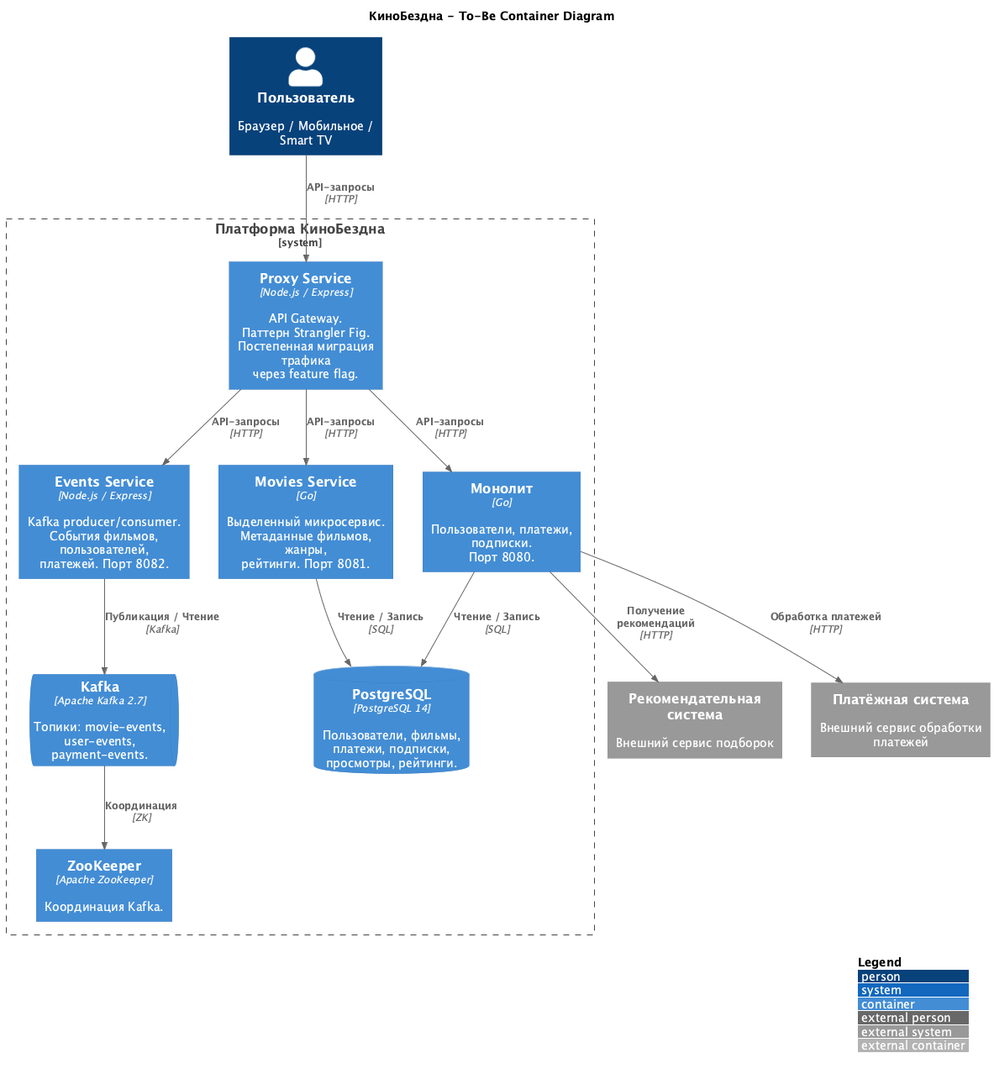
Before: docs/c4-container-diagram.png, a diagram exported from PlantUML (SiritosKon/architecture-cinemaabyss).
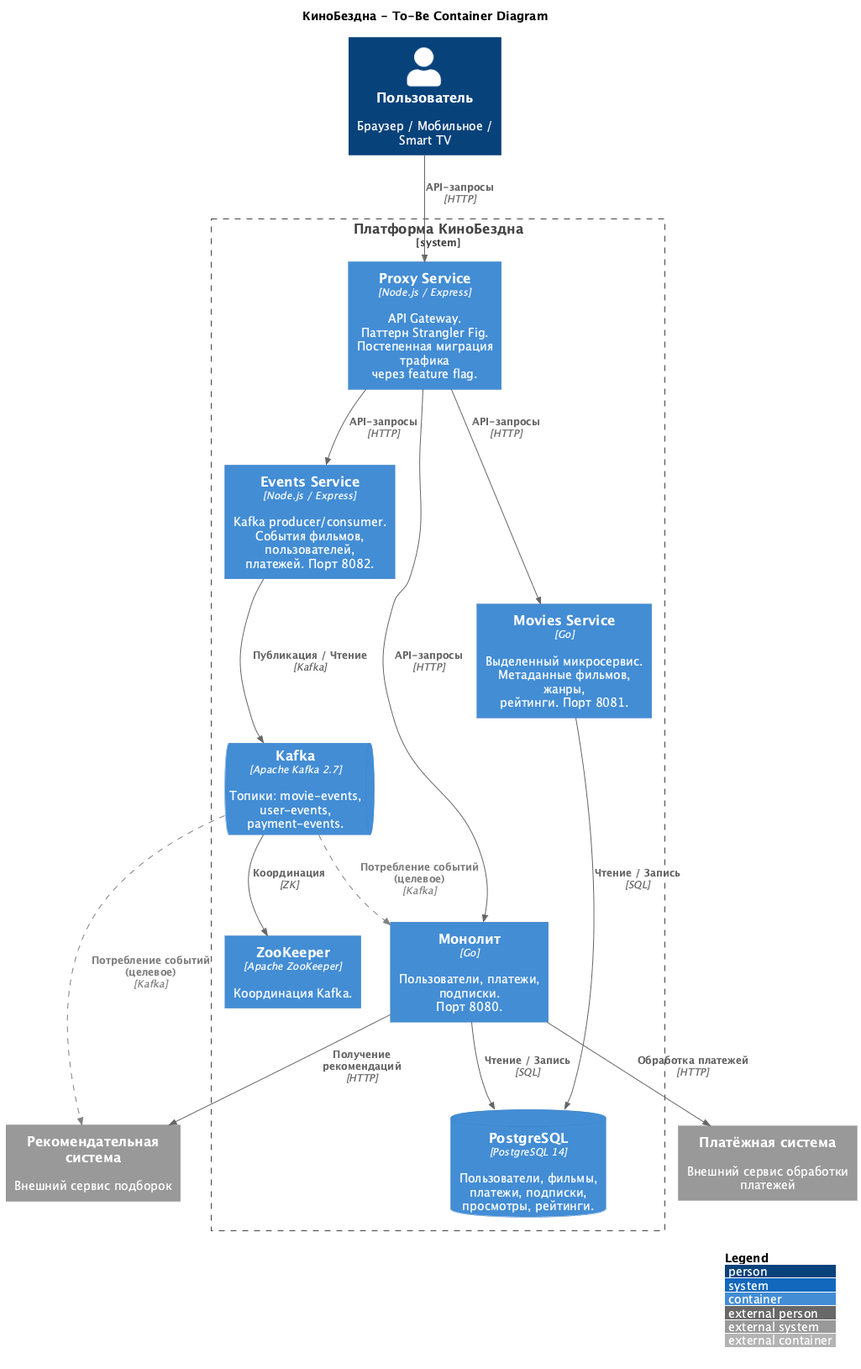
The same file after the commit.

Commit message:
fix: add dashed future arrows on C4 diagram, add MVP note to template

Diff of the diagram source:
```diff
@@ -2,6 +2,8 @@
 !include https://raw.githubusercontent.com/plantuml-stdlib/C4-PlantUML/master/C4_Container.puml
 
 LAYOUT_WITH_LEGEND()
+
+AddRelTag("future", $lineStyle = DashedLine(), $lineColor = "gray", $textColor = "gray")
 
 title КиноБездна - To-Be Container Diagram
 
@@ -41,4 +43,7 @@
 Rel(monolith, recsys, "Получение рекомендаций", "HTTP")
 Rel(monolith, payment, "Обработка платежей", "HTTP")
 
+Rel(kafka, monolith, "Потребление событий (целевое)", "Kafka", $tags="future")
+Rel(kafka, recsys, "Потребление событий (целевое)", "Kafka", $tags="future")
+
 @enduml
```
